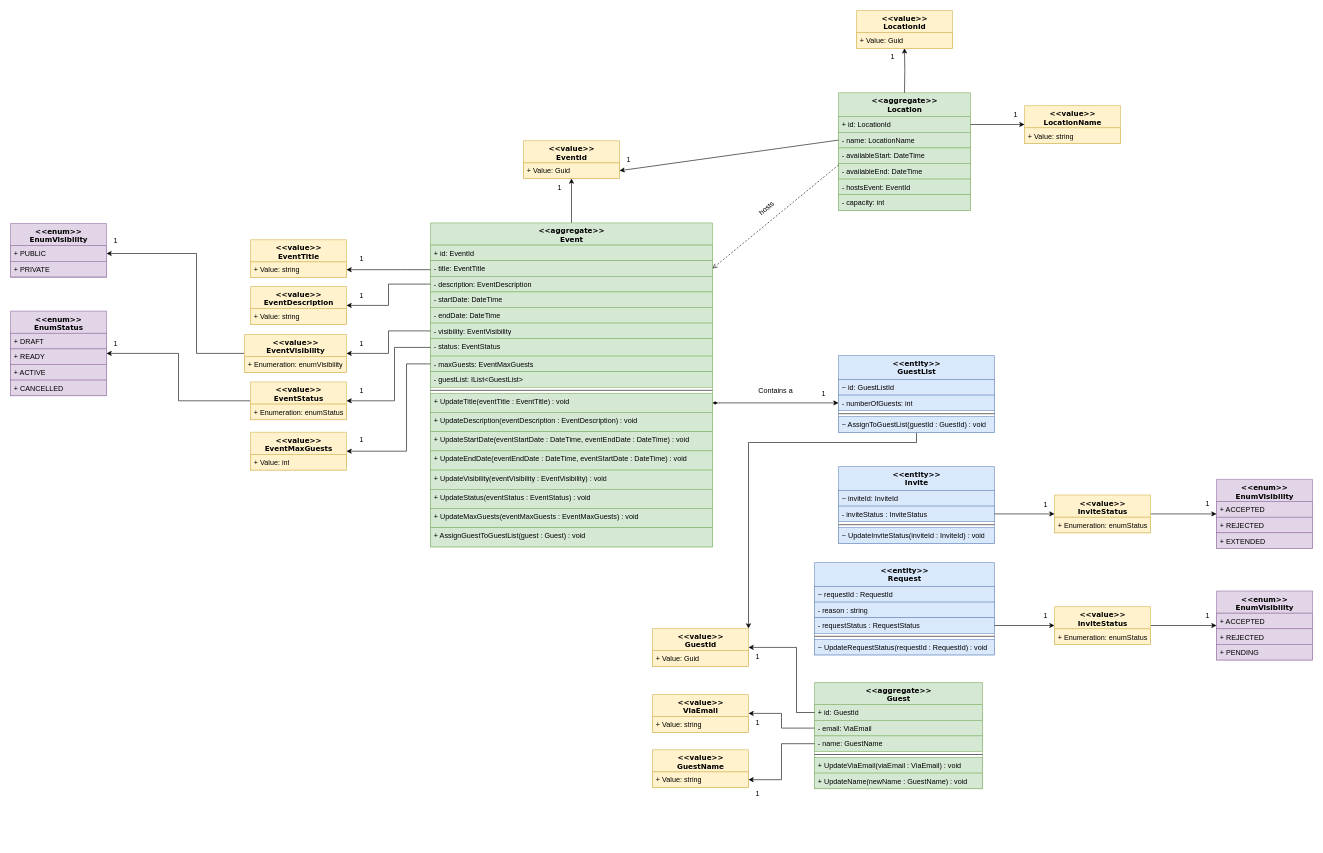
The draw.io diagram Assignment_1/Concrete Domain Model.drawio in Emil645h/VIAEventAssociation, before the edit. Source tidied: cells renumbered, new cells numbered last; positions are measured from the earlier drawing's top-left corner, leaving out a move shared by most shapes. Both pictures are drawn from the tidied source at 60%, with x=0, y=0 at pixel (10, 10).
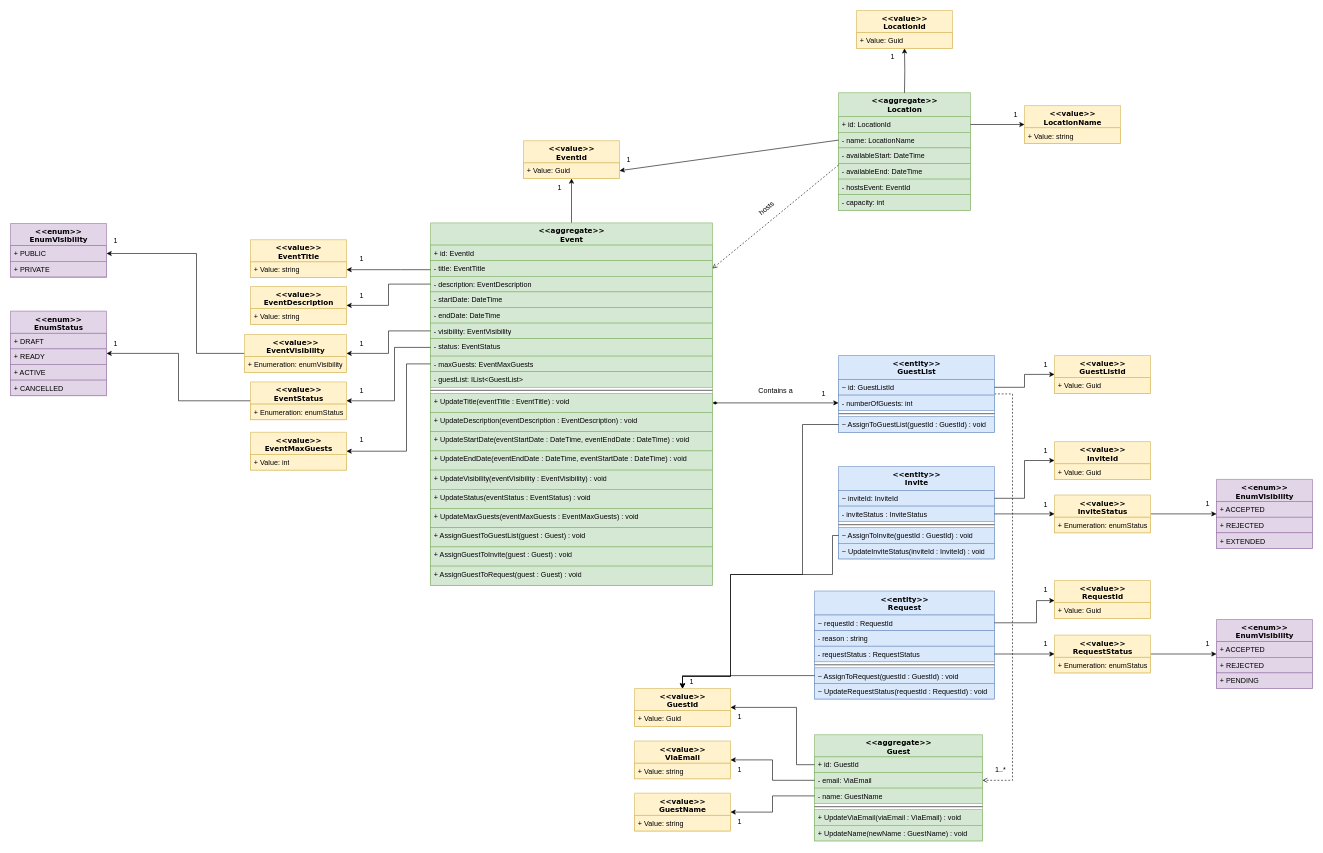
Above is the later version.

Unchanged cells that the change refers to:
```xml
<mxCell id="23" value="&amp;lt;&amp;lt;entity&amp;gt;&amp;gt;&lt;div&gt;GuestList&lt;/div&gt;" style="swimlane;html=1;fontStyle=1;align=center;verticalAlign=top;horizontal=1;startSize=40;swimlaneFillColor=#ffffff;rounded=0;shadow=0;comic=0;labelBackgroundColor=none;strokeWidth=1;fillColor=#dae8fc;fontFamily=Verdana;fontSize=12;strokeColor=#6c8ebf;" parent="1" vertex="1">
  <mxGeometry x="1380" y="575" width="260" height="128" as="geometry" />
</mxCell>
<mxCell id="24" value="~ id: GuestListId" style="text;html=1;strokeColor=#6c8ebf;fillColor=#dae8fc;align=left;verticalAlign=top;spacingLeft=4;spacingRight=4;whiteSpace=wrap;overflow=hidden;points=[[0,0.5],[1,0.5]];portConstraint=eastwest;" parent="23" vertex="1">
  <mxGeometry y="40" width="260" height="26" as="geometry" />
</mxCell>
<mxCell id="27" value="~ AssignToGuestList(guestId : GuestId) : void" style="text;html=1;strokeColor=#6c8ebf;fillColor=#dae8fc;align=left;verticalAlign=top;spacingLeft=4;spacingRight=4;whiteSpace=wrap;overflow=hidden;points=[[0,0.5],[1,0.5]];portConstraint=eastwest;" parent="23" vertex="1">
  <mxGeometry y="102" width="260" height="26" as="geometry" />
</mxCell>
<mxCell id="32" value="+ id: GuestId" style="text;html=1;strokeColor=#82b366;fillColor=#d5e8d4;align=left;verticalAlign=top;spacingLeft=4;spacingRight=4;whiteSpace=wrap;overflow=hidden;points=[[0,0.5],[1,0.5]];portConstraint=eastwest;" parent="31" vertex="1">
  <mxGeometry y="37" width="280" height="26" as="geometry" />
</mxCell>
<mxCell id="33" value="- email: ViaEmail" style="text;html=1;strokeColor=#82b366;fillColor=#d5e8d4;align=left;verticalAlign=top;spacingLeft=4;spacingRight=4;whiteSpace=wrap;overflow=hidden;points=[[0,0.5],[1,0.5]];portConstraint=eastwest;" parent="31" vertex="1">
  <mxGeometry y="63" width="280" height="26" as="geometry" />
</mxCell>
<mxCell id="34" value="- name: GuestName" style="text;html=1;strokeColor=#82b366;fillColor=#d5e8d4;align=left;verticalAlign=top;spacingLeft=4;spacingRight=4;whiteSpace=wrap;overflow=hidden;points=[[0,0.5],[1,0.5]];portConstraint=eastwest;" parent="31" vertex="1">
  <mxGeometry y="89" width="280" height="26" as="geometry" />
</mxCell>
<mxCell id="95" value="+ Value: string" style="text;html=1;strokeColor=#d6b656;fillColor=#fff2cc;align=left;verticalAlign=top;spacingLeft=4;spacingRight=4;whiteSpace=wrap;overflow=hidden;points=[[0,0.5],[1,0.5]];portConstraint=eastwest;" parent="94" vertex="1">
  <mxGeometry y="37" width="160" height="26" as="geometry" />
</mxCell>
<mxCell id="103" value="~ inviteId: InviteId" style="text;html=1;strokeColor=#6c8ebf;fillColor=#dae8fc;align=left;verticalAlign=top;spacingLeft=4;spacingRight=4;whiteSpace=wrap;overflow=hidden;points=[[0,0.5],[1,0.5]];portConstraint=eastwest;" parent="102" vertex="1">
  <mxGeometry y="40" width="260" height="26" as="geometry" />
</mxCell>
<mxCell id="108" value="~ requestId : RequestId" style="text;html=1;strokeColor=#6c8ebf;fillColor=#dae8fc;align=left;verticalAlign=top;spacingLeft=4;spacingRight=4;whiteSpace=wrap;overflow=hidden;points=[[0,0.5],[1,0.5]];portConstraint=eastwest;" parent="107" vertex="1">
  <mxGeometry y="40" width="300" height="26" as="geometry" />
</mxCell>
```

Change to the diagram source:
```diff
@@
     <mxCell id="3" value="&amp;lt;&amp;lt;aggregate&amp;gt;&amp;gt;&lt;div&gt;Event&lt;/div&gt;" style="swimlane;html=1;fontStyle=1;align=center;verticalAlign=top;horizontal=1;startSize=37;swimlaneFillColor=#ffffff;rounded=0;shadow=0;comic=0;labelBackgroundColor=none;strokeWidth=1;fillColor=#d5e8d4;fontFamily=Verdana;fontSize=12;strokeColor=#82b366;" parent="1" vertex="1">
-      <mxGeometry x="700" y="354" width="470" height="540" as="geometry" />
+      <mxGeometry x="700" y="354" width="470" height="604" as="geometry" />
     </mxCell>
@@
-    <mxCell id="22" style="edgeStyle=orthogonalEdgeStyle;rounded=0;jettySize=auto;html=1;entryX=1;entryY=0;entryDx=0;entryDy=0;" parent="1" edge="1" source="23" target="38">
-      <mxGeometry relative="1" as="geometry">
-        <Array as="points">
-          <mxPoint x="1510" y="720" />
-          <mxPoint x="1230" y="720" />
-        </Array>
-      </mxGeometry>
-    </mxCell>
+    <mxCell id="135" value="+ AssignGuestToInvite(guest : Guest) : void" style="text;html=1;strokeColor=#82b366;fillColor=#d5e8d4;align=left;verticalAlign=top;spacingLeft=4;spacingRight=4;whiteSpace=wrap;overflow=hidden;" parent="3" vertex="1">
+      <mxGeometry y="540" width="470" height="32" as="geometry" />
+    </mxCell>
+    <mxCell id="136" value="+ AssignGuestToRequest(guest : Guest) : void" style="text;html=1;strokeColor=#82b366;fillColor=#d5e8d4;align=left;verticalAlign=top;spacingLeft=4;spacingRight=4;whiteSpace=wrap;overflow=hidden;" parent="3" vertex="1">
+      <mxGeometry y="572" width="470" height="32" as="geometry" />
+    </mxCell>
+    <mxCell id="137" style="edgeStyle=orthogonalEdgeStyle;rounded=0;jettySize=auto;html=1;entryX=1;entryY=0.5;entryDx=0;entryDy=0;dashed=1;endArrow=open;endFill=0;" parent="1" edge="1" source="23" target="33">
+      <mxGeometry relative="1" as="geometry">
+        <Array as="points">
+          <mxPoint x="1670" y="639" />
+          <mxPoint x="1670" y="1283" />
+        </Array>
+      </mxGeometry>
+    </mxCell>
@@
     <mxCell id="31" value="&amp;lt;&amp;lt;aggregate&amp;gt;&amp;gt;&lt;div&gt;Guest&lt;/div&gt;" style="swimlane;html=1;fontStyle=1;align=center;verticalAlign=top;horizontal=1;startSize=37;swimlaneFillColor=#ffffff;rounded=0;shadow=0;comic=0;labelBackgroundColor=none;strokeWidth=1;fillColor=#d5e8d4;fontFamily=Verdana;fontSize=12;strokeColor=#82b366;" parent="1" vertex="1">
-      <mxGeometry x="1340" y="1120" width="280" height="177" as="geometry" />
+      <mxGeometry x="1340" y="1207" width="280" height="177" as="geometry" />
     </mxCell>
@@
     <mxCell id="38" value="&amp;lt;&amp;lt;value&amp;gt;&amp;gt;&lt;div&gt;GuestId&lt;/div&gt;" style="swimlane;html=1;fontStyle=1;align=center;verticalAlign=top;horizontal=1;startSize=37;swimlaneFillColor=#ffffff;rounded=0;shadow=0;comic=0;labelBackgroundColor=none;strokeWidth=1;fontFamily=Verdana;fontSize=12;fillColor=#fff2cc;strokeColor=#d6b656;" parent="1" vertex="1">
-      <mxGeometry x="1070" y="1030" width="160" height="63" as="geometry" />
+      <mxGeometry x="1040" y="1130" width="160" height="63" as="geometry" />
     </mxCell>
@@
     <mxCell id="92" value="1" style="text;html=1;align=center;verticalAlign=middle;strokeColor=none;fillColor=none;" parent="1" vertex="1">
-      <mxGeometry x="1230" y="1173" width="30" height="30" as="geometry" />
+      <mxGeometry x="1200" y="1250.5" width="30" height="30" as="geometry" />
     </mxCell>
@@
     <mxCell id="94" value="&amp;lt;&amp;lt;value&amp;gt;&amp;gt;&lt;div&gt;GuestName&lt;/div&gt;" style="swimlane;html=1;fontStyle=1;align=center;verticalAlign=top;horizontal=1;startSize=37;swimlaneFillColor=#ffffff;rounded=0;shadow=0;comic=0;labelBackgroundColor=none;strokeWidth=1;fontFamily=Verdana;fontSize=12;fillColor=#fff2cc;strokeColor=#d6b656;" parent="1" vertex="1">
-      <mxGeometry x="1070" y="1232" width="160" height="63" as="geometry" />
+      <mxGeometry x="1040" y="1304.5" width="160" height="63" as="geometry" />
     </mxCell>
@@
-    <mxCell id="96" style="edgeStyle=orthogonalEdgeStyle;rounded=0;jettySize=auto;html=1;exitX=0;exitY=0.5;exitDx=0;exitDy=0;" parent="1" edge="1" source="34" target="95">
+    <mxCell id="96" style="edgeStyle=orthogonalEdgeStyle;rounded=0;jettySize=auto;html=1;exitX=0;exitY=0.5;exitDx=0;exitDy=0;" parent="1" edge="1" source="34" target="94">
       <mxGeometry relative="1" as="geometry" />
     </mxCell>
     <mxCell id="97" value="&amp;lt;&amp;lt;value&amp;gt;&amp;gt;&lt;div&gt;ViaEmail&lt;/div&gt;" style="swimlane;html=1;fontStyle=1;align=center;verticalAlign=top;horizontal=1;startSize=37;swimlaneFillColor=#ffffff;rounded=0;shadow=0;comic=0;labelBackgroundColor=none;strokeWidth=1;fontFamily=Verdana;fontSize=12;fillColor=#fff2cc;strokeColor=#d6b656;" parent="1" vertex="1">
-      <mxGeometry x="1070" y="1140" width="160" height="63" as="geometry" />
+      <mxGeometry x="1040" y="1217.5" width="160" height="63" as="geometry" />
     </mxCell>
@@
-    <mxCell id="99" style="edgeStyle=orthogonalEdgeStyle;rounded=0;jettySize=auto;html=1;entryX=1;entryY=0.5;entryDx=0;entryDy=0;" parent="1" edge="1" source="33" target="97">
+    <mxCell id="99" style="edgeStyle=orthogonalEdgeStyle;rounded=0;jettySize=auto;html=1;" parent="1" edge="1" source="33" target="97">
       <mxGeometry relative="1" as="geometry" />
     </mxCell>
     <mxCell id="100" value="1" style="text;html=1;align=center;verticalAlign=middle;strokeColor=none;fillColor=none;" parent="1" vertex="1">
-      <mxGeometry x="1230" y="1063" width="30" height="30" as="geometry" />
+      <mxGeometry x="1200" y="1163" width="30" height="30" as="geometry" />
     </mxCell>
     <mxCell id="101" value="1" style="text;html=1;align=center;verticalAlign=middle;strokeColor=none;fillColor=none;" parent="1" vertex="1">
-      <mxGeometry x="1230" y="1290" width="30" height="30" as="geometry" />
+      <mxGeometry x="1200" y="1337.5" width="30" height="30" as="geometry" />
     </mxCell>
     <mxCell id="102" value="&amp;lt;&amp;lt;entity&amp;gt;&amp;gt;&lt;div&gt;Invite&lt;/div&gt;" style="swimlane;html=1;fontStyle=1;align=center;verticalAlign=top;horizontal=1;startSize=40;swimlaneFillColor=#ffffff;rounded=0;shadow=0;comic=0;labelBackgroundColor=none;strokeWidth=1;fillColor=#dae8fc;fontFamily=Verdana;fontSize=12;strokeColor=#6c8ebf;" parent="1" vertex="1">
-      <mxGeometry x="1380" y="760" width="260" height="128" as="geometry" />
+      <mxGeometry x="1380" y="760" width="260" height="154" as="geometry" />
     </mxCell>
@@
-    <mxCell id="106" value="~ UpdateInviteStatus(inviteId : InviteId) : void" style="text;html=1;strokeColor=#6c8ebf;fillColor=#dae8fc;align=left;verticalAlign=top;spacingLeft=4;spacingRight=4;whiteSpace=wrap;overflow=hidden;points=[[0,0.5],[1,0.5]];portConstraint=eastwest;" parent="102" vertex="1">
+    <mxCell id="106" value="~ AssignToInvite(guestId : GuestId) : void" style="text;html=1;strokeColor=#6c8ebf;fillColor=#dae8fc;align=left;verticalAlign=top;spacingLeft=4;spacingRight=4;whiteSpace=wrap;overflow=hidden;points=[[0,0.5],[1,0.5]];portConstraint=eastwest;" parent="102" vertex="1">
       <mxGeometry y="102" width="260" height="26" as="geometry" />
     </mxCell>
+    <mxCell id="138" value="~ UpdateInviteStatus(inviteId : InviteId) : void" style="text;html=1;strokeColor=#6c8ebf;fillColor=#dae8fc;align=left;verticalAlign=top;spacingLeft=4;spacingRight=4;whiteSpace=wrap;overflow=hidden;" parent="102" vertex="1">
+      <mxGeometry y="128" width="260" height="26" as="geometry" />
+    </mxCell>
     <mxCell id="107" value="&amp;lt;&amp;lt;entity&amp;gt;&amp;gt;&lt;div&gt;Request&lt;/div&gt;" style="swimlane;html=1;fontStyle=1;align=center;verticalAlign=top;horizontal=1;startSize=40;swimlaneFillColor=#ffffff;rounded=0;shadow=0;comic=0;labelBackgroundColor=none;strokeWidth=1;fillColor=#dae8fc;fontFamily=Verdana;fontSize=12;strokeColor=#6c8ebf;" parent="1" vertex="1">
-      <mxGeometry x="1340" y="920" width="300" height="154" as="geometry" />
+      <mxGeometry x="1340" y="967.5" width="300" height="180" as="geometry" />
     </mxCell>
@@
+    <mxCell id="139" value="~ AssignToRequest(guestId : GuestId) : void" style="text;html=1;strokeColor=#6c8ebf;fillColor=#dae8fc;align=left;verticalAlign=top;spacingLeft=4;spacingRight=4;whiteSpace=wrap;overflow=hidden;points=[[0,0.5],[1,0.5]];portConstraint=eastwest;" parent="107" vertex="1">
+      <mxGeometry y="128" width="300" height="26" as="geometry" />
+    </mxCell>
     <mxCell id="112" value="~ UpdateRequestStatus(requestId : RequestId) : void" style="text;html=1;strokeColor=#6c8ebf;fillColor=#dae8fc;align=left;verticalAlign=top;spacingLeft=4;spacingRight=4;whiteSpace=wrap;overflow=hidden;" parent="107" vertex="1">
-      <mxGeometry y="128" width="300" height="26" as="geometry" />
+      <mxGeometry y="154" width="300" height="26" as="geometry" />
     </mxCell>
     <mxCell id="113" style="edgeStyle=orthogonalEdgeStyle;rounded=0;jettySize=auto;html=1;exitX=0;exitY=0.5;exitDx=0;exitDy=0;entryX=1;entryY=0.5;entryDx=0;entryDy=0;" parent="1" edge="1" source="32" target="38">
       <mxGeometry relative="1" as="geometry">
         <Array as="points">
-          <mxPoint x="1310" y="1170" />
-          <mxPoint x="1310" y="1062" />
+          <mxPoint x="1310" y="1257" />
+          <mxPoint x="1310" y="1161" />
         </Array>
       </mxGeometry>
     </mxCell>
@@
-    <mxCell id="125" value="&amp;lt;&amp;lt;value&amp;gt;&amp;gt;&lt;div&gt;InviteStatus&lt;/div&gt;" style="swimlane;html=1;fontStyle=1;align=center;verticalAlign=top;horizontal=1;startSize=37;swimlaneFillColor=#ffffff;rounded=0;shadow=0;comic=0;labelBackgroundColor=none;strokeWidth=1;fontFamily=Verdana;fontSize=12;fillColor=#fff2cc;strokeColor=#d6b656;" parent="1" vertex="1">
-      <mxGeometry x="1740" y="993.5" width="160" height="63" as="geometry" />
+    <mxCell id="125" value="&amp;lt;&amp;lt;value&amp;gt;&amp;gt;&lt;div&gt;RequestStatus&lt;/div&gt;" style="swimlane;html=1;fontStyle=1;align=center;verticalAlign=top;horizontal=1;startSize=37;swimlaneFillColor=#ffffff;rounded=0;shadow=0;comic=0;labelBackgroundColor=none;strokeWidth=1;fontFamily=Verdana;fontSize=12;fillColor=#fff2cc;strokeColor=#d6b656;" parent="1" vertex="1">
+      <mxGeometry x="1740" y="1041" width="160" height="63" as="geometry" />
     </mxCell>
@@
     <mxCell id="127" value="&amp;lt;&amp;lt;enum&amp;gt;&amp;gt;&lt;div&gt;EnumVisibility&lt;/div&gt;" style="swimlane;html=1;fontStyle=1;align=center;verticalAlign=top;horizontal=1;startSize=37;swimlaneFillColor=#ffffff;rounded=0;shadow=0;comic=0;labelBackgroundColor=none;strokeWidth=1;fontFamily=Verdana;fontSize=12;fillColor=#e1d5e7;strokeColor=#9673a6;" parent="1" vertex="1">
-      <mxGeometry x="2010" y="967.5" width="160" height="115" as="geometry" />
+      <mxGeometry x="2010" y="1015" width="160" height="115" as="geometry" />
     </mxCell>
@@
     <mxCell id="131" value="1" style="text;html=1;align=center;verticalAlign=middle;strokeColor=none;fillColor=none;" parent="1" vertex="1">
-      <mxGeometry x="1710" y="993.5" width="30" height="30" as="geometry" />
+      <mxGeometry x="1710" y="1041" width="30" height="30" as="geometry" />
     </mxCell>
     <mxCell id="132" value="1" style="text;html=1;align=center;verticalAlign=middle;strokeColor=none;fillColor=none;" parent="1" vertex="1">
-      <mxGeometry x="1980" y="993.5" width="30" height="30" as="geometry" />
+      <mxGeometry x="1980" y="1041" width="30" height="30" as="geometry" />
     </mxCell>
@@
+    <mxCell id="140" value="&amp;lt;&amp;lt;value&amp;gt;&amp;gt;&lt;div&gt;RequestId&lt;/div&gt;" style="swimlane;html=1;fontStyle=1;align=center;verticalAlign=top;horizontal=1;startSize=37;swimlaneFillColor=#ffffff;rounded=0;shadow=0;comic=0;labelBackgroundColor=none;strokeWidth=1;fontFamily=Verdana;fontSize=12;fillColor=#fff2cc;strokeColor=#d6b656;" parent="1" vertex="1">
+      <mxGeometry x="1740" y="950" width="160" height="63" as="geometry" />
+    </mxCell>
+    <mxCell id="141" value="+ Value: Guid" style="text;html=1;strokeColor=#d6b656;fillColor=#fff2cc;align=left;verticalAlign=top;spacingLeft=4;spacingRight=4;whiteSpace=wrap;overflow=hidden;" parent="140" vertex="1">
+      <mxGeometry y="37" width="160" height="26" as="geometry" />
+    </mxCell>
+    <mxCell id="142" value="&amp;lt;&amp;lt;value&amp;gt;&amp;gt;&lt;div&gt;InviteId&lt;/div&gt;" style="swimlane;html=1;fontStyle=1;align=center;verticalAlign=top;horizontal=1;startSize=37;swimlaneFillColor=#ffffff;rounded=0;shadow=0;comic=0;labelBackgroundColor=none;strokeWidth=1;fontFamily=Verdana;fontSize=12;fillColor=#fff2cc;strokeColor=#d6b656;" parent="1" vertex="1">
+      <mxGeometry x="1740" y="718.5" width="160" height="63" as="geometry" />
+    </mxCell>
+    <mxCell id="143" value="+ Value: Guid" style="text;html=1;strokeColor=#d6b656;fillColor=#fff2cc;align=left;verticalAlign=top;spacingLeft=4;spacingRight=4;whiteSpace=wrap;overflow=hidden;" parent="142" vertex="1">
+      <mxGeometry y="37" width="160" height="26" as="geometry" />
+    </mxCell>
+    <mxCell id="144" style="edgeStyle=orthogonalEdgeStyle;rounded=0;jettySize=auto;html=1;entryX=0;entryY=0.5;entryDx=0;entryDy=0;" parent="1" edge="1" source="103" target="142">
+      <mxGeometry relative="1" as="geometry" />
+    </mxCell>
+    <mxCell id="145" style="edgeStyle=orthogonalEdgeStyle;rounded=0;jettySize=auto;html=1;" parent="1" edge="1" source="108">
+      <mxGeometry relative="1" as="geometry">
+        <mxPoint x="1740" y="983.5" as="targetPoint" />
+        <Array as="points">
+          <mxPoint x="1710" y="1021" />
+          <mxPoint x="1710" y="983" />
+        </Array>
+      </mxGeometry>
+    </mxCell>
+    <mxCell id="146" value="1" style="text;html=1;align=center;verticalAlign=middle;strokeColor=none;fillColor=none;" parent="1" vertex="1">
+      <mxGeometry x="1710" y="950" width="30" height="30" as="geometry" />
+    </mxCell>
+    <mxCell id="147" value="1" style="text;html=1;align=center;verticalAlign=middle;strokeColor=none;fillColor=none;" parent="1" vertex="1">
+      <mxGeometry x="1710" y="718.5" width="30" height="30" as="geometry" />
+    </mxCell>
+    <mxCell id="148" value="&amp;lt;&amp;lt;value&amp;gt;&amp;gt;&lt;div&gt;GuestListId&lt;/div&gt;" style="swimlane;html=1;fontStyle=1;align=center;verticalAlign=top;horizontal=1;startSize=37;swimlaneFillColor=#ffffff;rounded=0;shadow=0;comic=0;labelBackgroundColor=none;strokeWidth=1;fontFamily=Verdana;fontSize=12;fillColor=#fff2cc;strokeColor=#d6b656;" parent="1" vertex="1">
+      <mxGeometry x="1740" y="575" width="160" height="63" as="geometry" />
+    </mxCell>
+    <mxCell id="149" value="+ Value: Guid" style="text;html=1;strokeColor=#d6b656;fillColor=#fff2cc;align=left;verticalAlign=top;spacingLeft=4;spacingRight=4;whiteSpace=wrap;overflow=hidden;" parent="148" vertex="1">
+      <mxGeometry y="37" width="160" height="26" as="geometry" />
+    </mxCell>
+    <mxCell id="150" style="edgeStyle=orthogonalEdgeStyle;rounded=0;jettySize=auto;html=1;" parent="1" edge="1" source="24" target="148">
+      <mxGeometry relative="1" as="geometry" />
+    </mxCell>
+    <mxCell id="151" value="1" style="text;html=1;align=center;verticalAlign=middle;strokeColor=none;fillColor=none;" parent="1" vertex="1">
+      <mxGeometry x="1710" y="575" width="30" height="30" as="geometry" />
+    </mxCell>
+    <mxCell id="152" value="1..*" style="text;html=1;align=center;verticalAlign=middle;strokeColor=none;fillColor=none;" parent="1" vertex="1">
+      <mxGeometry x="1630" y="1250.5" width="40" height="30" as="geometry" />
+    </mxCell>
+    <mxCell id="153" value="1" style="text;html=1;align=center;verticalAlign=middle;strokeColor=none;fillColor=none;" parent="1" vertex="1">
+      <mxGeometry x="1120" y="1104" width="30" height="30" as="geometry" />
+    </mxCell>
+    <mxCell id="154" style="edgeStyle=orthogonalEdgeStyle;rounded=0;jettySize=auto;html=1;entryX=0.5;entryY=0;entryDx=0;entryDy=0;" parent="1" edge="1" source="106" target="38">
+      <mxGeometry relative="1" as="geometry">
+        <Array as="points">
+          <mxPoint x="1370" y="875" />
+          <mxPoint x="1370" y="940" />
+          <mxPoint x="1200" y="940" />
+          <mxPoint x="1200" y="1110" />
+          <mxPoint x="1120" y="1110" />
+        </Array>
+      </mxGeometry>
+    </mxCell>
+    <mxCell id="155" style="edgeStyle=orthogonalEdgeStyle;rounded=0;jettySize=auto;html=1;entryX=0.5;entryY=0;entryDx=0;entryDy=0;" parent="1" edge="1" source="27" target="38">
+      <mxGeometry relative="1" as="geometry">
+        <Array as="points">
+          <mxPoint x="1320" y="690" />
+          <mxPoint x="1320" y="940" />
+          <mxPoint x="1200" y="940" />
+          <mxPoint x="1200" y="1110" />
+          <mxPoint x="1120" y="1110" />
+        </Array>
+      </mxGeometry>
+    </mxCell>
+    <mxCell id="156" style="edgeStyle=orthogonalEdgeStyle;rounded=0;jettySize=auto;html=1;" parent="1" edge="1" source="139" target="38">
+      <mxGeometry relative="1" as="geometry" />
+    </mxCell>
```
